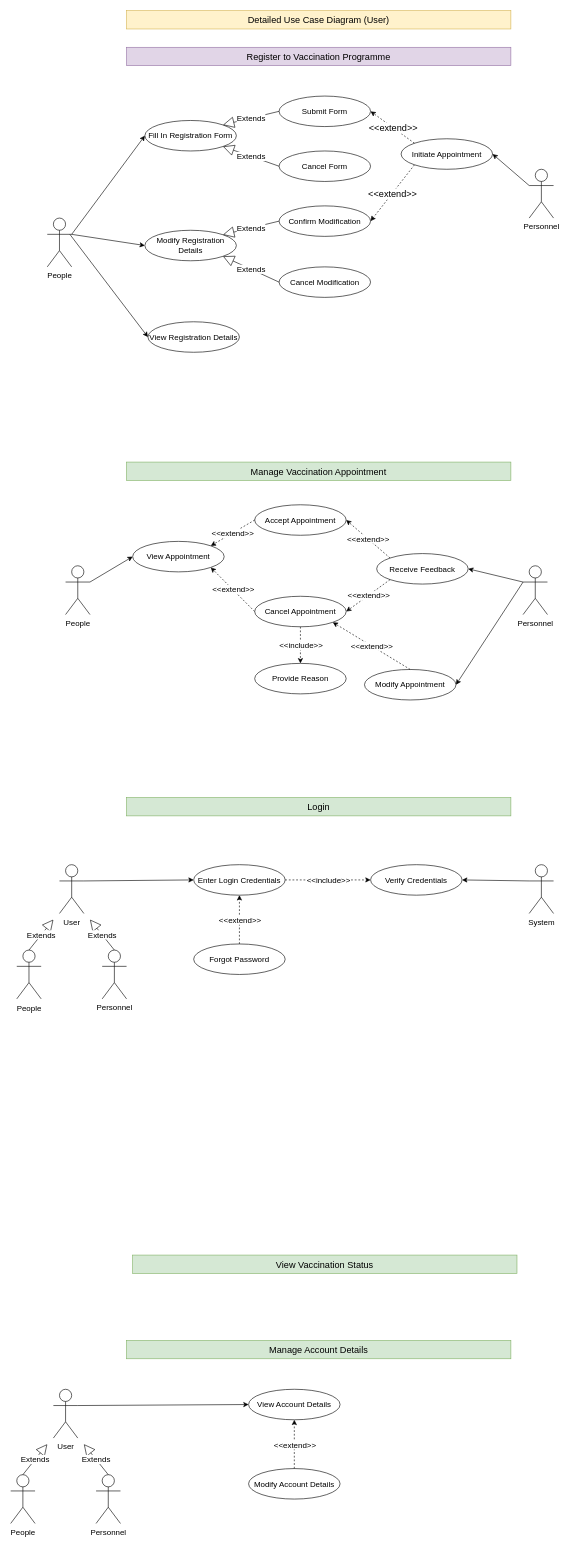
Before: page "Yan Yee" (3 of 4) of Diagram/Use Case Diagram.drawio in lydia0423/Covid-19-Vaccination-Registration-System, a draw.io diagram. Source tidied: cells renumbered, new cells numbered last; positions are measured from the earlier drawing's top-left corner, leaving out a move shared by most shapes. Both pictures are drawn from the tidied source at 61%, with x=0, y=0 at pixel (10, 10).
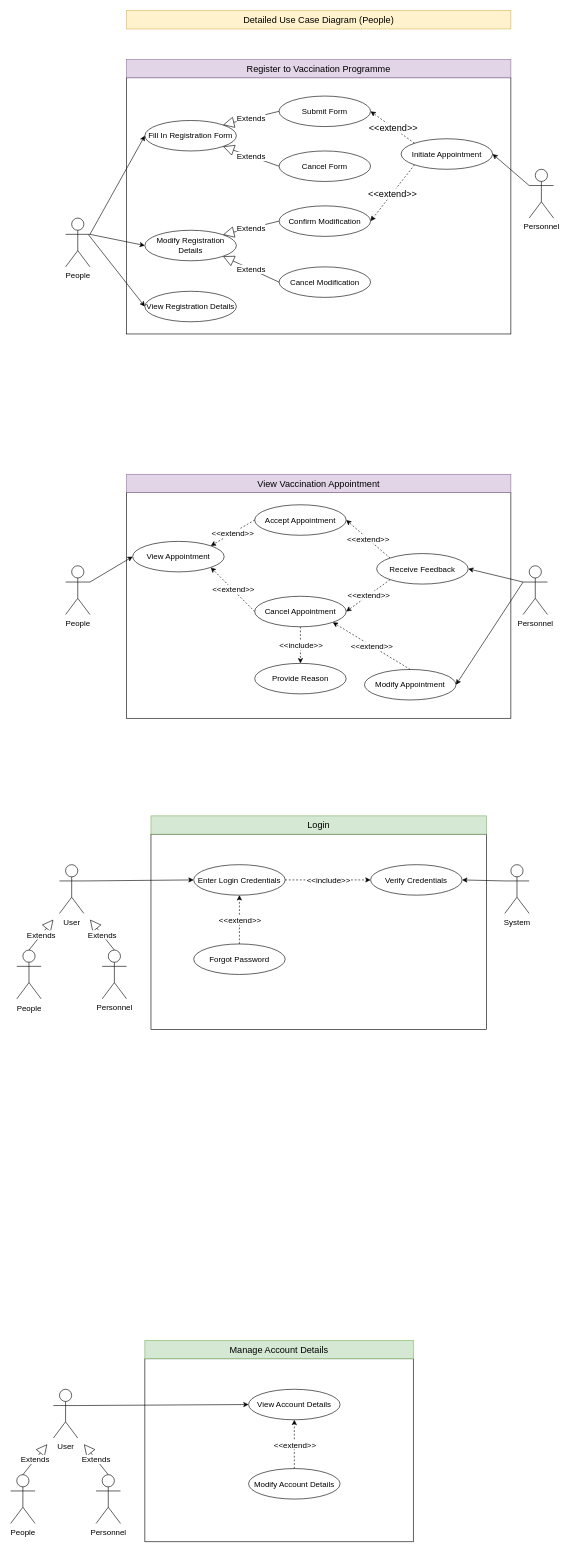
The same diagram, later.

Diff of the diagram source:
```diff
@@
+    <mxCell id="78" style="rounded=0;whiteSpace=wrap;html=1;" parent="1" vertex="1">
+      <mxGeometry x="220" y="2210" width="440" height="300" as="geometry" />
+    </mxCell>
+    <mxCell id="79" style="rounded=0;whiteSpace=wrap;html=1;" parent="1" vertex="1">
+      <mxGeometry x="230" y="1350" width="550" height="320" as="geometry" />
+    </mxCell>
+    <mxCell id="80" style="rounded=0;whiteSpace=wrap;html=1;" parent="1" vertex="1">
+      <mxGeometry x="190" y="790" width="630" height="370" as="geometry" />
+    </mxCell>
+    <mxCell id="81" style="rounded=0;whiteSpace=wrap;html=1;" parent="1" vertex="1">
+      <mxGeometry x="190" y="110" width="630" height="420" as="geometry" />
+    </mxCell>
     <mxCell id="2" value="&lt;font style=&quot;font-size: 15px;&quot;&gt;Register to Vaccination Programme&lt;/font&gt;" style="rounded=0;whiteSpace=wrap;html=1;fillColor=#e1d5e7;strokeColor=#9673a6;fontSize=15;" parent="1" vertex="1">
-      <mxGeometry x="190" y="60" width="630" height="30" as="geometry" />
+      <mxGeometry x="190" y="80" width="630" height="30" as="geometry" />
     </mxCell>
@@
     <mxCell id="4" value="People" style="shape=umlActor;verticalLabelPosition=bottom;verticalAlign=top;html=1;fontSize=13;" parent="1" vertex="1">
-      <mxGeometry x="60" y="340" width="40" height="80" as="geometry" />
+      <mxGeometry x="90" y="340" width="40" height="80" as="geometry" />
     </mxCell>
@@
     <mxCell id="7" value="View Registration Details" style="ellipse;whiteSpace=wrap;html=1;fontSize=13;" parent="1" vertex="1">
-      <mxGeometry x="225" y="510" width="150" height="50" as="geometry" />
+      <mxGeometry x="220" y="460" width="150" height="50" as="geometry" />
     </mxCell>
@@
-    <mxCell id="18" value="&lt;font style=&quot;font-size: 15px&quot;&gt;Manage Vaccination Appointment&lt;/font&gt;" style="rounded=0;whiteSpace=wrap;html=1;fillColor=#d5e8d4;strokeColor=#82b366;fontSize=15;" parent="1" vertex="1">
-      <mxGeometry x="190" y="740" width="630" height="30" as="geometry" />
+    <mxCell id="18" value="&lt;font style=&quot;font-size: 15px&quot;&gt;View Vaccination Appointment&lt;/font&gt;" style="rounded=0;whiteSpace=wrap;html=1;fillColor=#e1d5e7;strokeColor=#9673a6;fontSize=15;" parent="1" vertex="1">
+      <mxGeometry x="190" y="760" width="630" height="30" as="geometry" />
     </mxCell>
@@
-    <mxCell id="45" value="&lt;font style=&quot;font-size: 15px;&quot;&gt;Detailed Use Case Diagram (User)&lt;/font&gt;" style="rounded=0;whiteSpace=wrap;html=1;fillColor=#fff2cc;strokeColor=#d6b656;fontSize=15;" parent="1" vertex="1">
+    <mxCell id="45" value="&lt;font style=&quot;font-size: 15px&quot;&gt;Detailed Use Case Diagram (People)&lt;/font&gt;" style="rounded=0;whiteSpace=wrap;html=1;fillColor=#fff2cc;strokeColor=#d6b656;fontSize=15;" parent="1" vertex="1">
       <mxGeometry x="190" width="630" height="30" as="geometry" />
     </mxCell>
     <mxCell id="46" value="&lt;font style=&quot;font-size: 15px;&quot;&gt;Login&lt;/font&gt;" style="rounded=0;whiteSpace=wrap;html=1;fillColor=#d5e8d4;strokeColor=#82b366;fontSize=15;" parent="1" vertex="1">
-      <mxGeometry x="190" y="1290" width="630" height="30" as="geometry" />
+      <mxGeometry x="230" y="1320" width="550" height="30" as="geometry" />
     </mxCell>
@@
     <mxCell id="50" value="System" style="shape=umlActor;verticalLabelPosition=bottom;verticalAlign=top;html=1;fontSize=13;" parent="1" vertex="1">
-      <mxGeometry x="850" y="1400" width="40" height="80" as="geometry" />
+      <mxGeometry x="810" y="1400" width="40" height="80" as="geometry" />
     </mxCell>
@@
     <mxCell id="58" value="&lt;font style=&quot;font-size: 15px&quot;&gt;Manage Account Details&lt;/font&gt;" style="rounded=0;whiteSpace=wrap;html=1;fillColor=#d5e8d4;strokeColor=#82b366;fontSize=15;" parent="1" vertex="1">
-      <mxGeometry x="190" y="2180" width="630" height="30" as="geometry" />
+      <mxGeometry x="220" y="2180" width="440" height="30" as="geometry" />
     </mxCell>
@@
-    <mxCell id="73" value="&lt;font style=&quot;font-size: 15px&quot;&gt;View Vaccination Status&lt;/font&gt;" style="rounded=0;whiteSpace=wrap;html=1;fillColor=#d5e8d4;strokeColor=#82b366;fontSize=15;" parent="1" vertex="1">
-      <mxGeometry x="200" y="2040" width="630" height="30" as="geometry" />
-    </mxCell>
```
